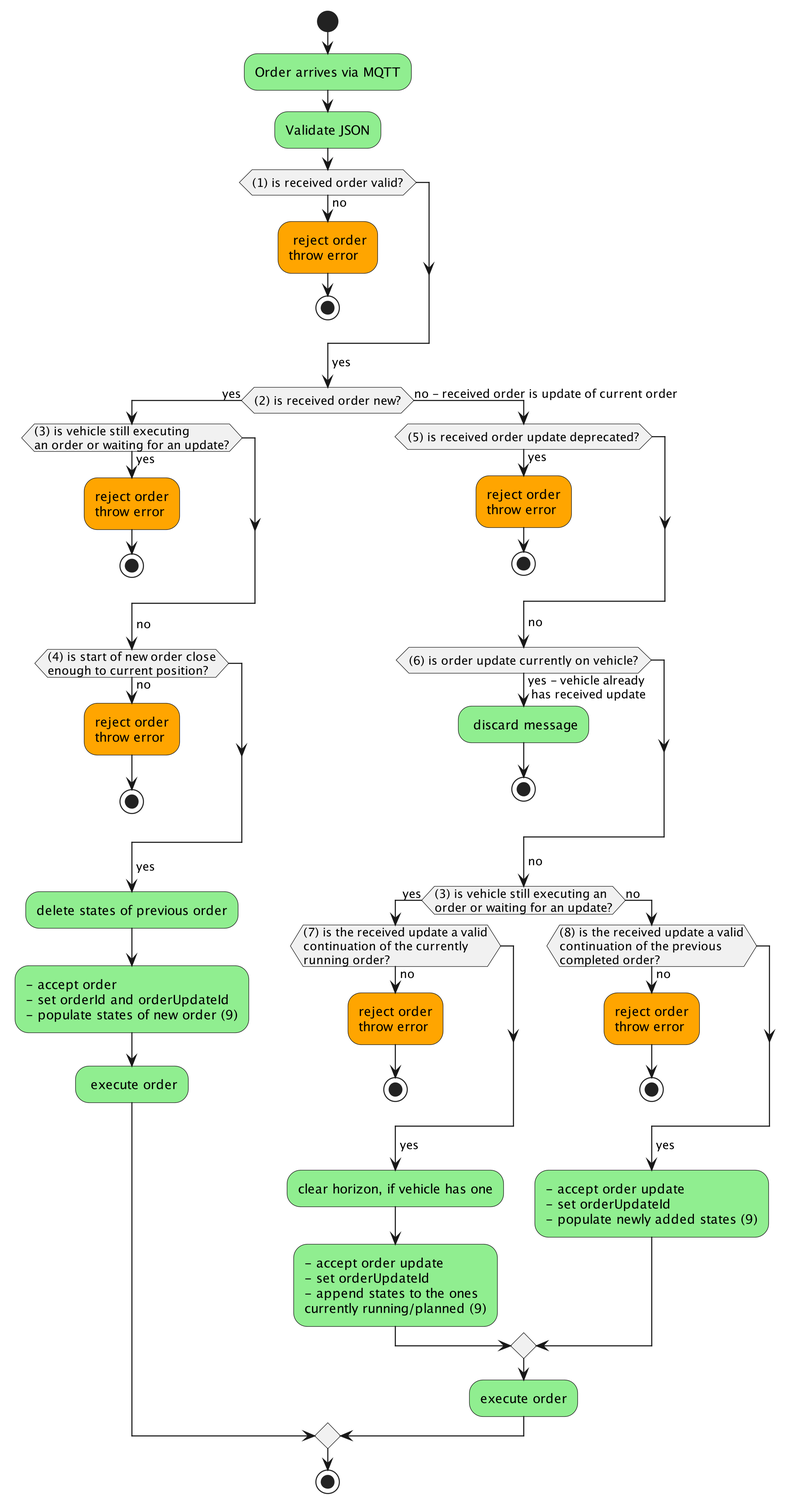
Above: assets/process_order_update.png in VDA5050/VDA5050 (PlantUML), before the change.
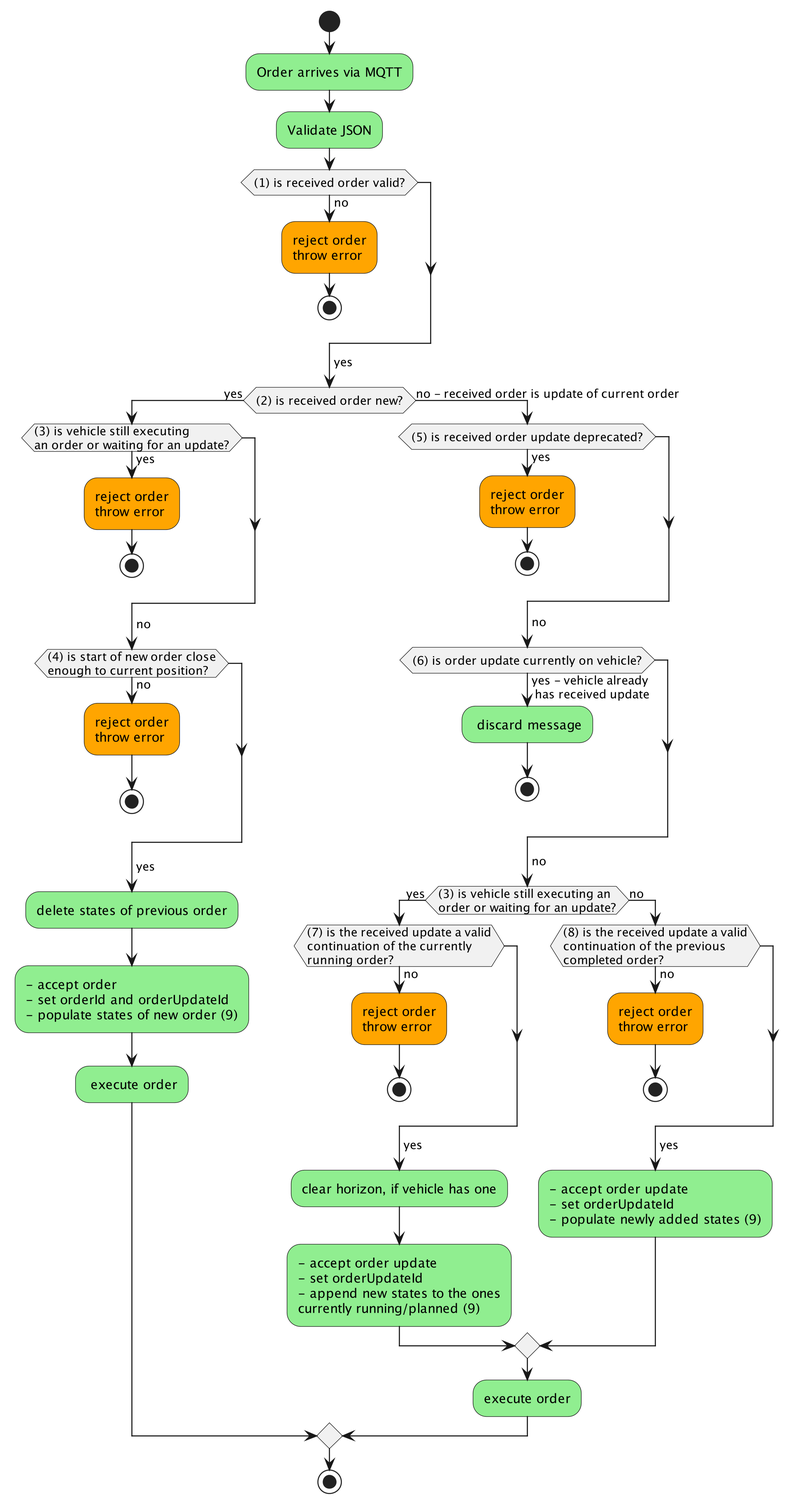
The same file after the commit.

Commit message:
Exported new figure from uml

What changed in the source:
```diff
@@ -4,7 +4,7 @@
 #lightgreen:Order arrives via MQTT;
 #lightgreen:Validate JSON;
 if ((1) is received order valid?) then (no)
-    #orange: reject order
+    #orange:reject order
     throw error;
     stop
 endif
@@ -41,7 +41,7 @@
                     endif
                     ->yes;
                         #lightgreen:clear horizon, if vehicle has one;
-                        #lightgreen:- accept order update\n- set orderUpdateId\n- append states to the ones\ncurrently running/planned (9);
+                        #lightgreen:- accept order update\n- set orderUpdateId\n- append new states to the ones\ncurrently running/planned (9);
                 else (no)
                     if ((8) is the received update a valid\ncontinuation of the previous\ncompleted order?) then (no)
                         #orange:reject order\nthrow error;
```
